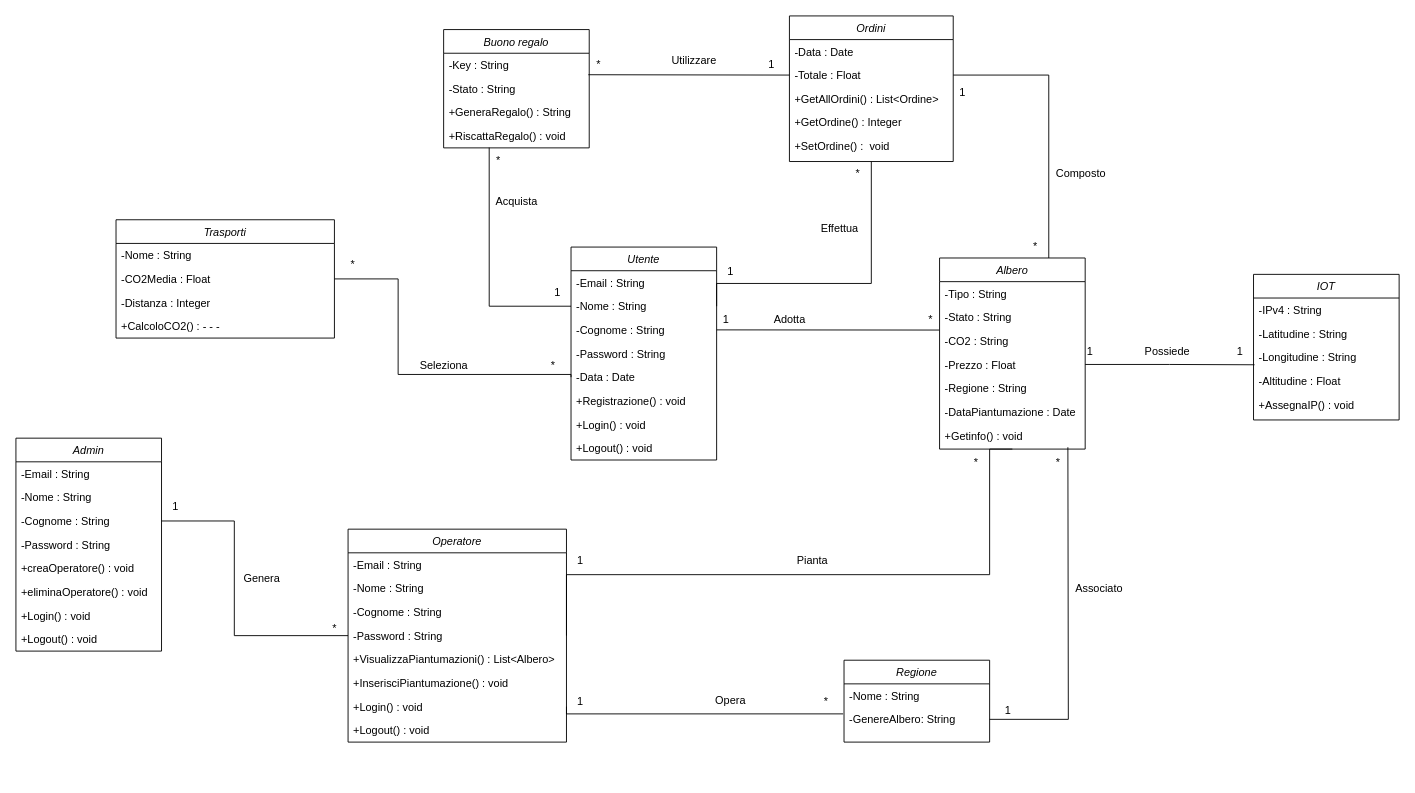
This is CD_SDD.drawio from GerrySpeaker/GreenLeaf-, a draw.io file, before an edit. Source tidied: cells renumbered, new cells numbered last; positions are measured from the earlier drawing's top-left corner, leaving out a move shared by most shapes. Both pictures are drawn from the tidied source at 91%, with x=0, y=0 at pixel (15, 15).
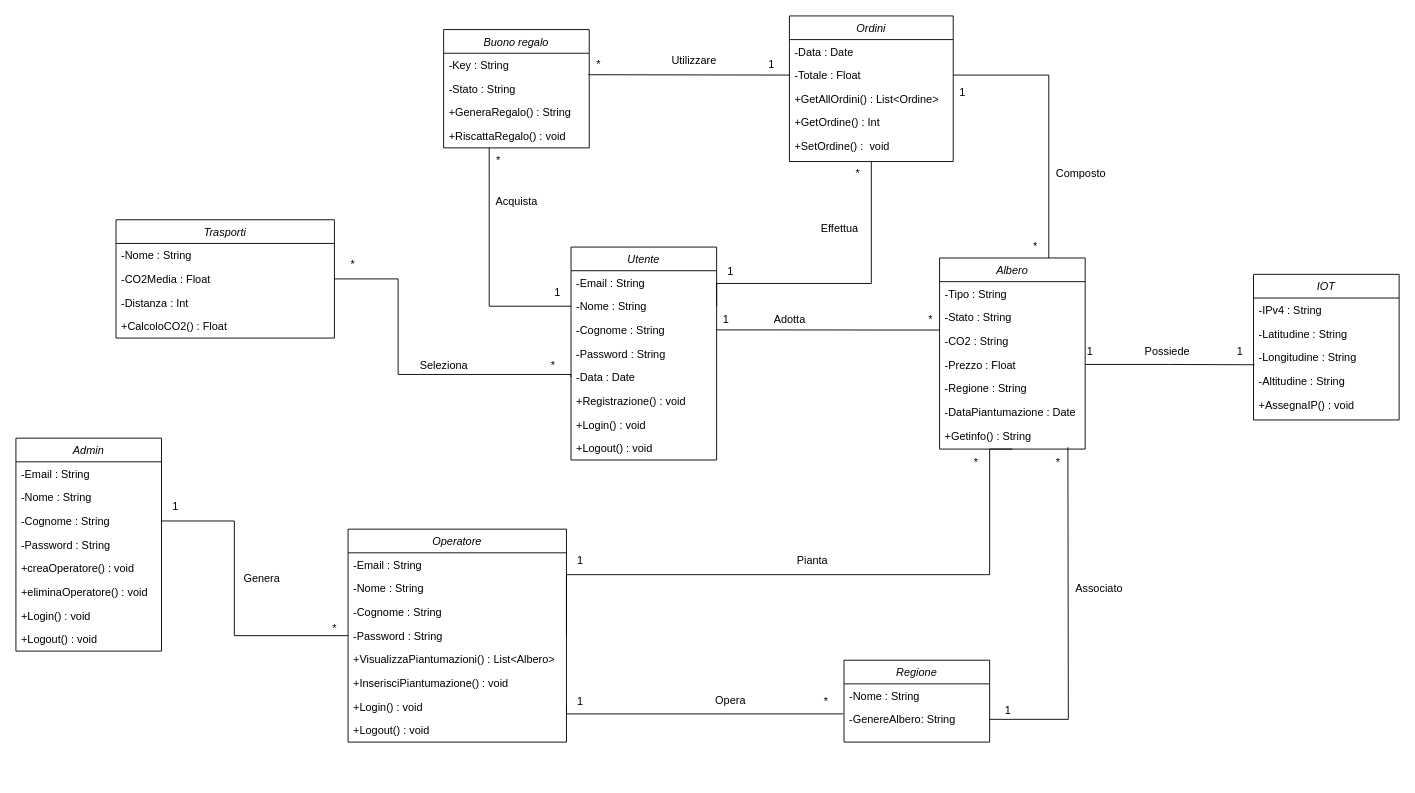
Above is the later version.

The change refers to these unchanged cells:
```xml
<mxCell id="31" value="Trasporti" style="swimlane;fontStyle=2;align=center;verticalAlign=top;horizontal=1;startSize=26;rounded=0;shadow=0;strokeWidth=1;" parent="1" vertex="1">
  <mxGeometry x="110" y="224" width="240" height="130" as="geometry" />
</mxCell>
<mxCell id="37" value="Albero" style="swimlane;fontStyle=2;align=center;verticalAlign=top;horizontal=1;startSize=26;rounded=0;shadow=0;strokeWidth=1;" parent="1" vertex="1">
  <mxGeometry x="1015" y="266" width="160" height="210" as="geometry" />
</mxCell>
<mxCell id="45" value="IOT" style="swimlane;fontStyle=2;align=center;verticalAlign=top;horizontal=1;startSize=26;rounded=0;shadow=0;strokeWidth=1;" parent="1" vertex="1">
  <mxGeometry x="1360" y="284" width="160" height="160" as="geometry" />
</mxCell>
<mxCell id="51" value="Ordini" style="swimlane;fontStyle=2;align=center;verticalAlign=top;horizontal=1;startSize=26;rounded=0;shadow=0;strokeWidth=1;" parent="1" vertex="1">
  <mxGeometry x="850" width="180" height="160" as="geometry" />
</mxCell>
```

Change to the diagram source:
```diff
@@
-    <mxCell id="34" value="-Distanza : Integer" style="text;align=left;verticalAlign=top;spacingLeft=4;spacingRight=4;overflow=hidden;rounded=0;shadow=0;html=0;" parent="31" vertex="1">
+    <mxCell id="34" value="-Distanza : Int" style="text;align=left;verticalAlign=top;spacingLeft=4;spacingRight=4;overflow=hidden;rounded=0;shadow=0;html=0;" parent="31" vertex="1">
       <mxGeometry y="78" width="240" height="26" as="geometry" />
     </mxCell>
-    <mxCell id="35" value="+CalcoloCO2() : - - - " style="text;align=left;verticalAlign=top;spacingLeft=4;spacingRight=4;overflow=hidden;rounded=0;shadow=0;html=0;" parent="31" vertex="1">
+    <mxCell id="35" value="+CalcoloCO2() : Float " style="text;align=left;verticalAlign=top;spacingLeft=4;spacingRight=4;overflow=hidden;rounded=0;shadow=0;html=0;" parent="31" vertex="1">
       <mxGeometry y="104" width="240" height="26" as="geometry" />
     </mxCell>
@@
-    <mxCell id="44" value="+Getinfo() : void" style="text;align=left;verticalAlign=top;spacingLeft=4;spacingRight=4;overflow=hidden;rounded=0;shadow=0;html=0;" parent="37" vertex="1">
+    <mxCell id="44" value="+Getinfo() : String" style="text;align=left;verticalAlign=top;spacingLeft=4;spacingRight=4;overflow=hidden;rounded=0;shadow=0;html=0;" parent="37" vertex="1">
       <mxGeometry y="182" width="160" height="26" as="geometry" />
     </mxCell>
@@
-    <mxCell id="49" value="-Altitudine : Float" style="text;align=left;verticalAlign=top;spacingLeft=4;spacingRight=4;overflow=hidden;rounded=0;shadow=0;html=0;" parent="45" vertex="1">
+    <mxCell id="49" value="-Altitudine : String" style="text;align=left;verticalAlign=top;spacingLeft=4;spacingRight=4;overflow=hidden;rounded=0;shadow=0;html=0;" parent="45" vertex="1">
       <mxGeometry y="104" width="160" height="26" as="geometry" />
     </mxCell>
@@
-    <mxCell id="55" value="+GetOrdine() : Integer" style="text;align=left;verticalAlign=top;spacingLeft=4;spacingRight=4;overflow=hidden;rounded=0;shadow=0;html=0;" parent="51" vertex="1">
+    <mxCell id="55" value="+GetOrdine() : Int" style="text;align=left;verticalAlign=top;spacingLeft=4;spacingRight=4;overflow=hidden;rounded=0;shadow=0;html=0;" parent="51" vertex="1">
       <mxGeometry y="104" width="180" height="26" as="geometry" />
     </mxCell>
```
